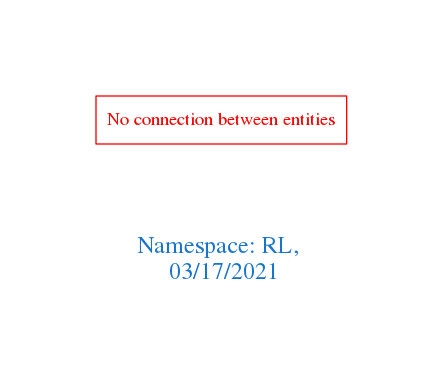
This is downloads/RL.png from arago/OGIT, a Graphviz export, as it was before one commit. Its source is kept beside it as downloads/RL.dot.
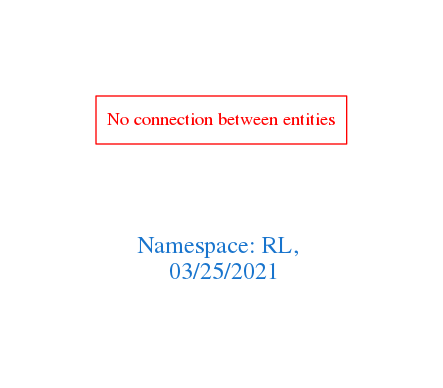
The same file after the commit.

Change to the diagram source:
```diff
@@ -1,7 +1,7 @@
 digraph OGIT_ontology {
  graph [ rankdir= LR,pad=1
 fontsize = 18,
-fontcolor= dodgerblue3,label = "\n\n\nNamespace: RL, \n 03/17/2021"];
+fontcolor= dodgerblue3,label = "\n\n\nNamespace: RL, \n 03/25/2021"];
 node[shape=polygon];
 edge [  color="gray81"];
 
```
